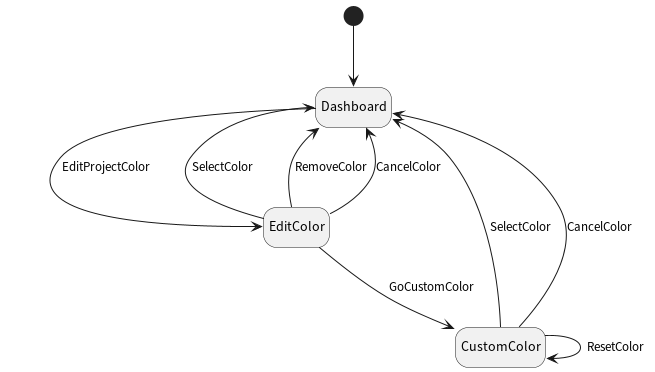
Before: assignments/4_model_based_testing/state_machines/state_machine_3.png, a diagram exported from PlantUML (JoaoCostaIFG/tvvs).
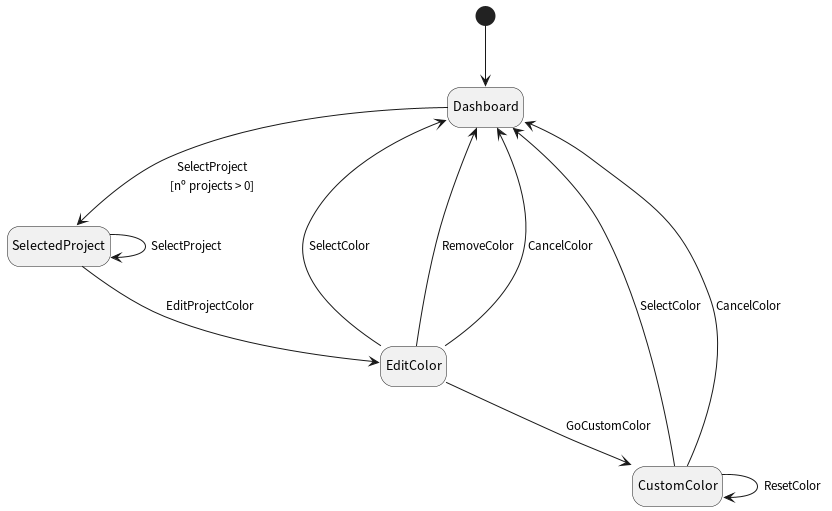
Later version of the same file.

What changed in the source:
```diff
@@ -3,7 +3,10 @@
 
 [*] -d-> Dashboard
 
-Dashboard --> EditColor : EditProjectColor
+Dashboard --> SelectedProject : SelectProject\n[nº projects > 0]
+
+SelectedProject --> SelectedProject : SelectProject
+SelectedProject --> EditColor : EditProjectColor
 
 EditColor --> Dashboard : SelectColor
 EditColor --> Dashboard : RemoveColor
```
